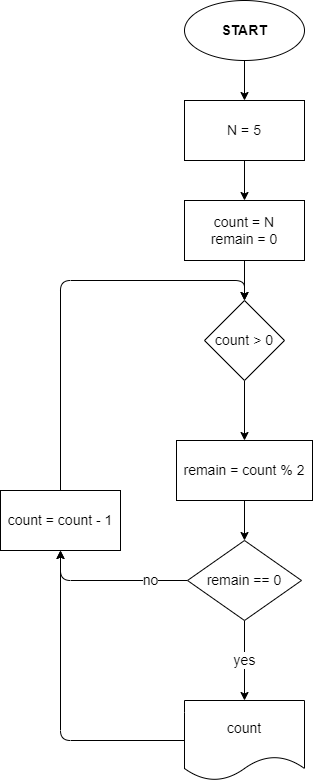
ViktorShipitsin/education keeps this draw.io diagram as HomeworksAndLessons/SeminarHomeworks/Seminar_001/Ex_008/Ex_008.drawio.png. Above is the earlier version. Source tidied: cells renumbered, new cells last; positions are measured from the earlier drawing's top-left corner, leaving out a move shared by most shapes.
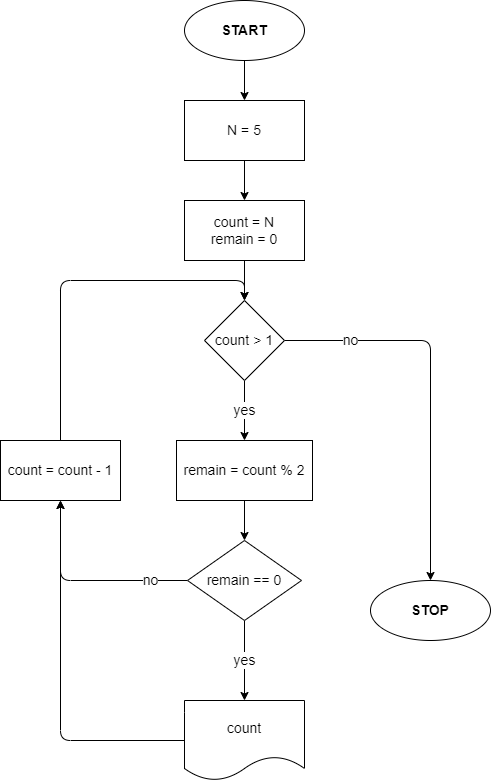
Above is the later version.

Diff of the diagram source:
```diff
@@ -20,10 +20,17 @@
     <mxCell id="7" value="count = N&lt;br&gt;remain = 0" style="rounded=0;whiteSpace=wrap;html=1;fontSize=14;" parent="1" vertex="1">
       <mxGeometry x="184" y="200" width="120" height="60" as="geometry" />
     </mxCell>
-    <mxCell id="8" style="edgeStyle=none;html=1;" parent="1" edge="1" source="9" target="11">
+    <mxCell id="8" value="&lt;font style=&quot;font-size: 14px&quot;&gt;yes&lt;/font&gt;" style="edgeStyle=none;html=1;" parent="1" edge="1" source="9" target="11">
       <mxGeometry relative="1" as="geometry" />
     </mxCell>
+    <mxCell id="19" value="no" style="edgeStyle=none;html=1;fontSize=14;" parent="1" edge="1" source="9" target="20">
+      <mxGeometry x="-0.66" relative="1" as="geometry">
+        <Array as="points">
+          <mxPoint x="430" y="340" />
+        </Array>
+      </mxGeometry>
+    </mxCell>
-    <mxCell id="9" value="count &amp;gt; 0" style="rhombus;whiteSpace=wrap;html=1;fontSize=14;rounded=0;" parent="1" vertex="1">
+    <mxCell id="9" value="count &amp;gt; 1" style="rhombus;whiteSpace=wrap;html=1;fontSize=14;rounded=0;" parent="1" vertex="1">
       <mxGeometry x="204" y="300" width="80" height="80" as="geometry" />
     </mxCell>
     <mxCell id="10" style="edgeStyle=none;html=1;exitX=0.5;exitY=1;exitDx=0;exitDy=0;entryX=0.5;entryY=0;entryDx=0;entryDy=0;" parent="1" edge="1" source="11" target="14">
@@ -33,7 +40,7 @@
       <mxGeometry x="176" y="440" width="136" height="60" as="geometry" />
     </mxCell>
     <mxCell id="12" value="&lt;font style=&quot;font-size: 14px&quot;&gt;no&lt;/font&gt;" style="edgeStyle=none;html=1;exitX=0;exitY=0.5;exitDx=0;exitDy=0;entryX=0.5;entryY=1;entryDx=0;entryDy=0;" parent="1" edge="1" source="14" target="18">
-      <mxGeometry x="-0.53" relative="1" as="geometry">
+      <mxGeometry x="-0.64" relative="1" as="geometry">
         <Array as="points">
           <mxPoint x="60" y="580" />
         </Array>
@@ -64,7 +71,10 @@
       </mxGeometry>
     </mxCell>
     <mxCell id="18" value="count = count - 1" style="whiteSpace=wrap;html=1;fontSize=14;rounded=0;" parent="1" vertex="1">
-      <mxGeometry y="490" width="120" height="60" as="geometry" />
+      <mxGeometry y="440" width="120" height="60" as="geometry" />
     </mxCell>
+    <mxCell id="20" value="&lt;font style=&quot;font-size: 14px&quot;&gt;&lt;b&gt;STOP&lt;/b&gt;&lt;/font&gt;" style="ellipse;whiteSpace=wrap;html=1;fontSize=14;rounded=0;" parent="1" vertex="1">
+      <mxGeometry x="370" y="580" width="120" height="60" as="geometry" />
+    </mxCell>
   </root>
 </mxGraphModel>
```
